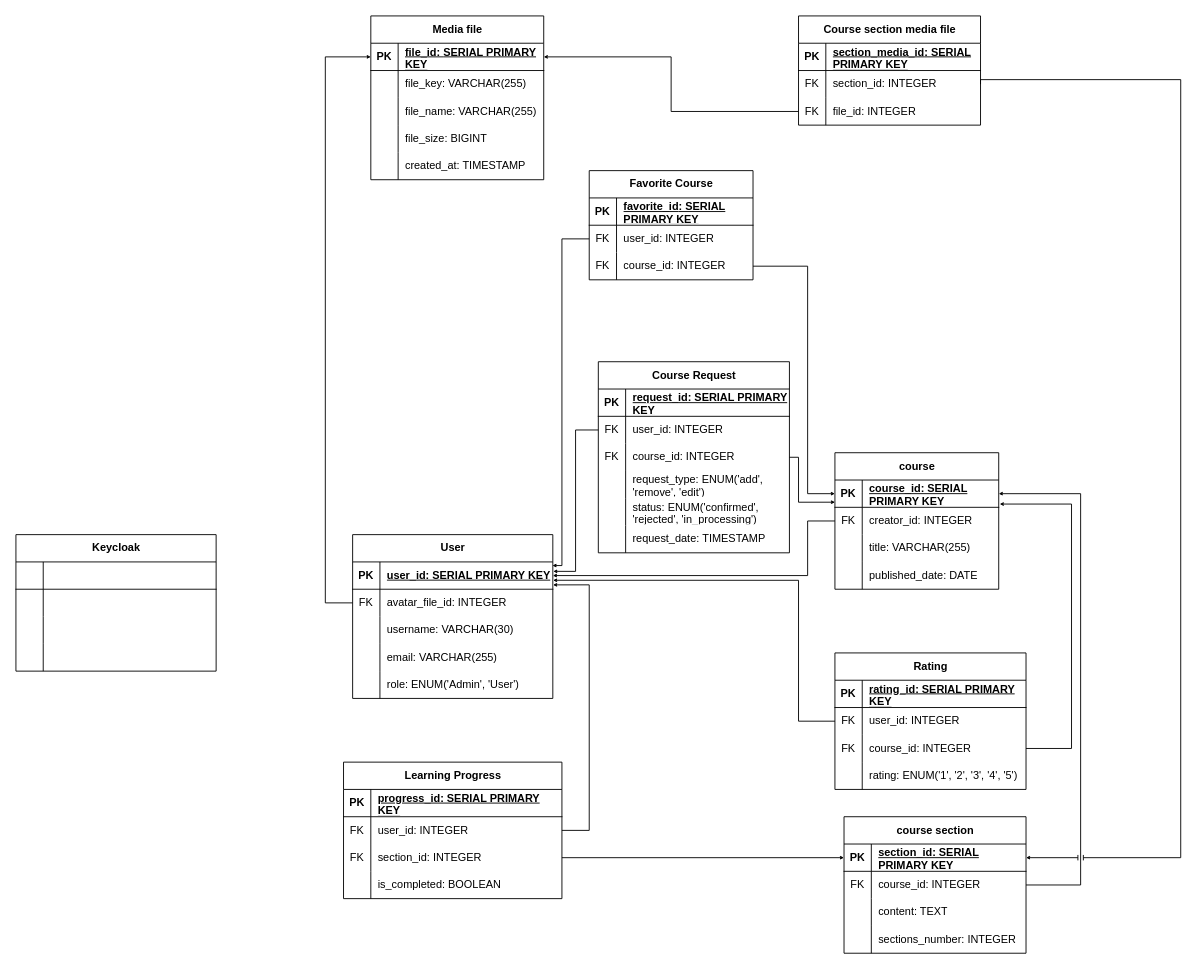
The draw.io diagram diagrams/Физическая модель базы данных/Физическая модель БД.drawio in sahland/9.5-Team, before the edit. Source tidied: cells renumbered, new cells numbered last; positions are measured from the earlier drawing's top-left corner, leaving out a move shared by most shapes. Both pictures are drawn from the tidied source at 91%, with x=0, y=0 at pixel (15, 15).
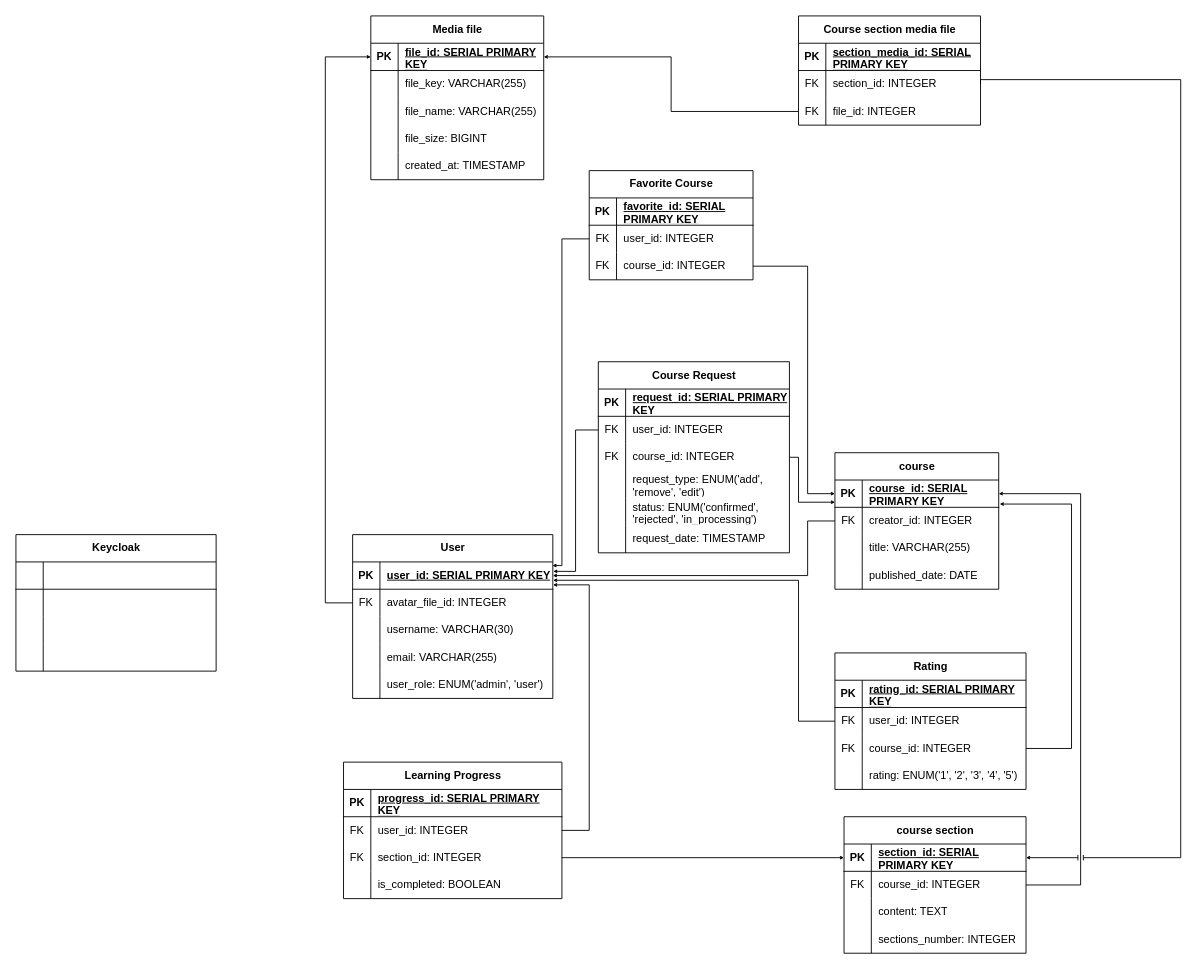
The same diagram, later.

Commit message (it also covers changes not shown here):
fix: er diagram and physical data model)

The change refers to these unchanged cells:
```xml
<mxCell id="15" style="shape=tableRow;horizontal=0;startSize=0;swimlaneHead=0;swimlaneBody=0;fillColor=none;top=0;left=0;right=0;bottom=0;" parent="2" vertex="1">
  <mxGeometry y="150" width="220" height="30" as="geometry" />
</mxCell>
```

Change to the diagram source:
```diff
@@
-    <mxCell id="17" value="role: ENUM('Admin', 'User')" style="shape=partialRectangle;fillColor=none;top=0;left=0;bottom=0;right=0;align=left;spacingLeft=6;overflow=hidden;whiteSpace=wrap;html=1;" parent="15" vertex="1">
+    <mxCell id="17" value="user_role: ENUM('admin', 'user')" style="shape=partialRectangle;fillColor=none;top=0;left=0;bottom=0;right=0;align=left;spacingLeft=6;overflow=hidden;whiteSpace=wrap;html=1;" parent="15" vertex="1">
       <mxGeometry x="30" width="190" height="30" as="geometry" />
     </mxCell>
```
